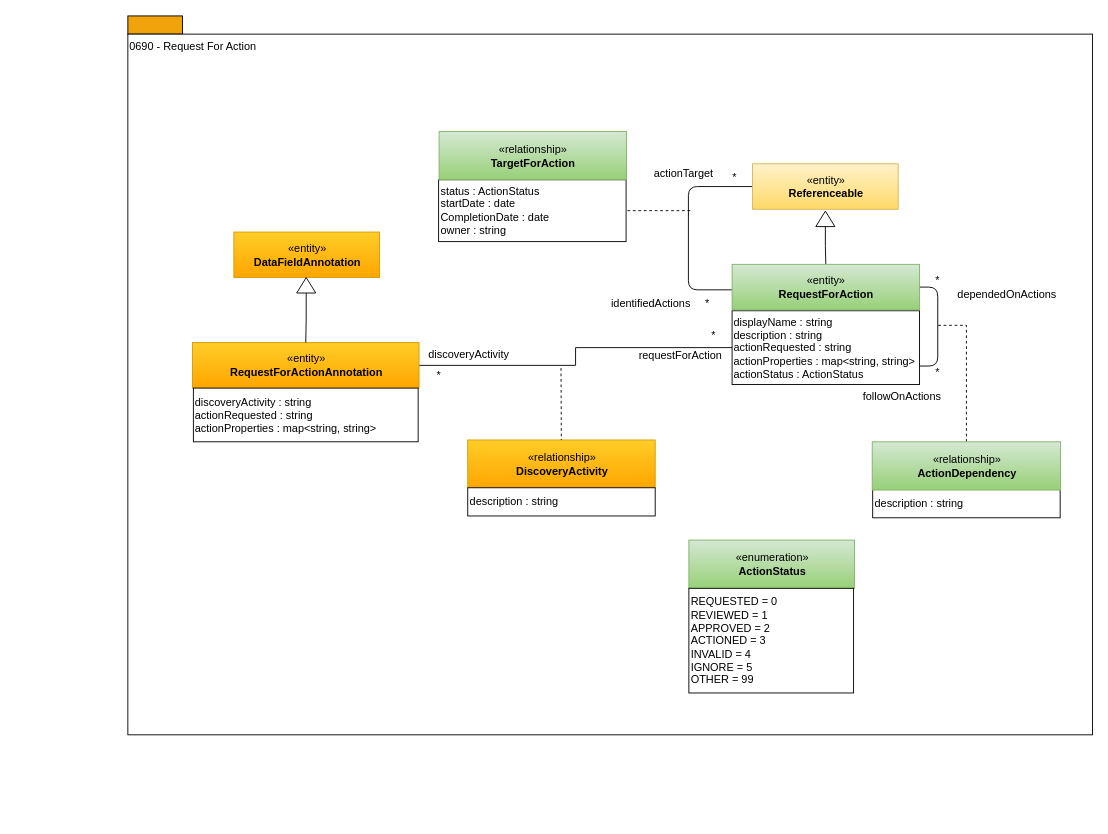
The draw.io diagram page "0690-Request-For-Action" (16 of 16) of open-metadata-publication/website/open-metadata-types/area-6-discovery.drawio in odpi/egeria, before the edit. Source tidied: cells renumbered, new cells numbered last; positions are measured from the earlier drawing's top-left corner, leaving out a move shared by most shapes. Both pictures are drawn from the tidied source at 91%, with x=0, y=0 at pixel (127, 15).
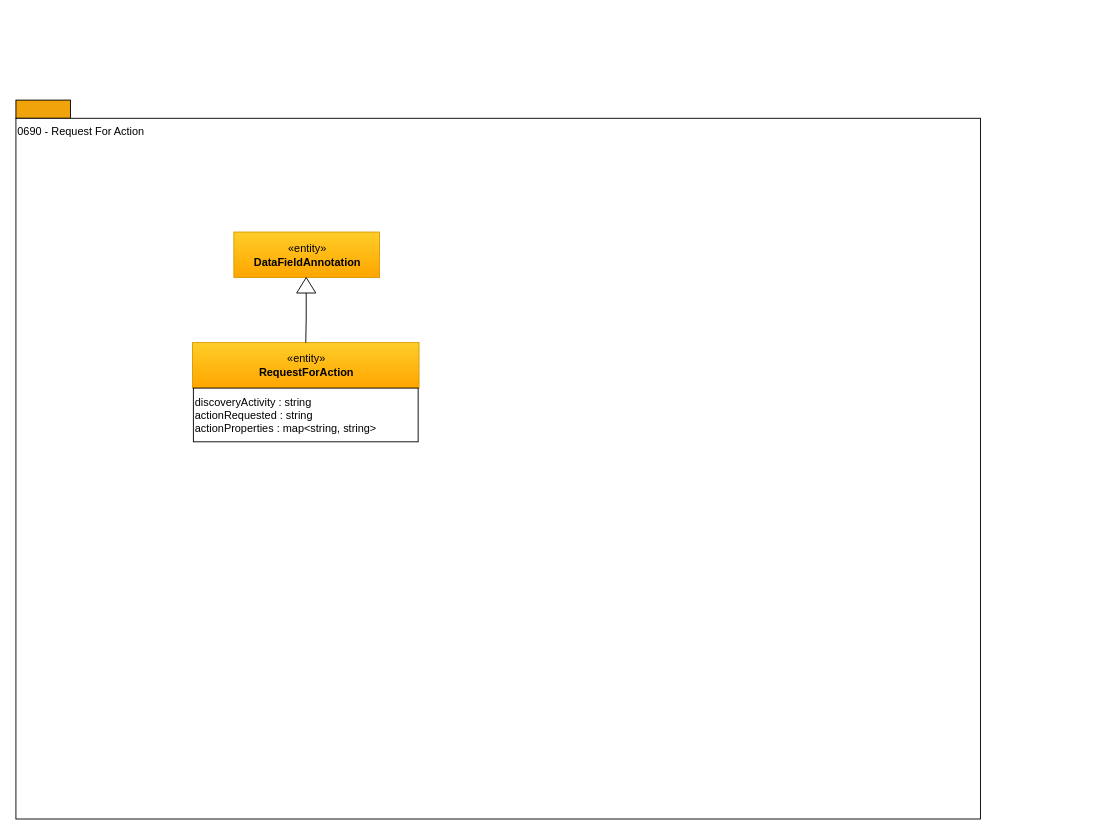
After the change.

The edit, as a diff of the source:
```diff
@@
     <mxCell id="2" style="rounded=0;whiteSpace=wrap;html=1;align=left;fillColor=#f0a30a;strokeColor=#000000;fontColor=#ffffff;" parent="1" vertex="1">
-      <mxGeometry width="60" height="20" as="geometry" />
+      <mxGeometry x="-123" y="92.5" width="60" height="20" as="geometry" />
     </mxCell>
     <mxCell id="3" value="0690 - Request For Action" style="rounded=0;whiteSpace=wrap;html=1;align=left;verticalAlign=top;" parent="1" vertex="1">
-      <mxGeometry y="20" width="1060" height="770" as="geometry" />
+      <mxGeometry x="-123" y="112.5" width="1060" height="770" as="geometry" />
     </mxCell>
-    <mxCell id="4" style="edgeStyle=orthogonalEdgeStyle;rounded=0;html=1;exitX=1;exitY=0.5;exitDx=0;exitDy=0;entryX=0;entryY=0.5;entryDx=0;entryDy=0;jettySize=auto;endArrow=none;endFill=0;" parent="1" edge="1" source="5" target="11">
-      <mxGeometry relative="1" as="geometry" />
-    </mxCell>
-    <mxCell id="5" value="«entity»&lt;br&gt;&lt;b&gt;RequestForActionAnnotation&lt;/b&gt;" style="html=1;strokeColor=#d79b00;align=center;fillColor=#ffcd28;gradientColor=#ffa500;" parent="1" vertex="1">
+    <mxCell id="5" value="«entity»&lt;br&gt;&lt;b&gt;RequestForAction&lt;/b&gt;" style="html=1;strokeColor=#d79b00;align=center;fillColor=#ffcd28;gradientColor=#ffa500;" parent="1" vertex="1">
       <mxGeometry x="71" y="359" width="249" height="50" as="geometry" />
     </mxCell>
@@
-    <mxCell id="10" style="edgeStyle=orthogonalEdgeStyle;rounded=1;html=1;exitX=1;exitY=0.5;exitDx=0;exitDy=0;entryX=1;entryY=0.75;entryDx=0;entryDy=0;endArrow=none;endFill=0;jettySize=auto;" parent="1" edge="1" source="34" target="11">
-      <mxGeometry relative="1" as="geometry" />
-    </mxCell>
-    <mxCell id="11" value="&lt;span&gt;displayName : string&lt;/span&gt;&lt;br&gt;&lt;span&gt;description : string&lt;br&gt;&lt;/span&gt;actionRequested : string&lt;br&gt;actionProperties : map&amp;lt;string, string&amp;gt;&lt;br&gt;&lt;span&gt;actionStatus : ActionStatus&lt;br&gt;&lt;/span&gt;" style="rounded=0;whiteSpace=wrap;html=1;strokeColor=#000000;gradientColor=#ffffff;align=left;" parent="1" vertex="1">
-      <mxGeometry x="664" y="324" width="206" height="81" as="geometry" />
-    </mxCell>
-    <mxCell id="12" style="edgeStyle=orthogonalEdgeStyle;rounded=0;html=1;exitX=0;exitY=0.5;endArrow=none;endFill=0;jettySize=auto;entryX=0.5;entryY=0;entryDx=0;entryDy=0;" parent="1" edge="1" source="13" target="34">
-      <mxGeometry relative="1" as="geometry" />
-    </mxCell>
-    <mxCell id="13" style="triangle;whiteSpace=wrap;html=1;strokeColor=#000000;gradientColor=#ffffff;align=center;rotation=-90;" parent="1" vertex="1">
-      <mxGeometry x="758" y="212.5" width="17" height="21" as="geometry" />
-    </mxCell>
-    <mxCell id="14" style="endArrow=none;dashed=1;html=1;entryX=1;entryY=0.5;entryDx=0;entryDy=0;" parent="1" edge="1" target="17">
-      <mxGeometry relative="1" as="geometry">
-        <mxPoint x="618" y="214" as="sourcePoint" />
-      </mxGeometry>
-    </mxCell>
-    <mxCell id="15" value="*" style="text;html=1;strokeColor=none;fillColor=none;align=center;verticalAlign=middle;whiteSpace=wrap;rounded=0;" parent="1" vertex="1">
-      <mxGeometry x="646.5" y="167.5" width="40" height="20" as="geometry" />
-    </mxCell>
-    <mxCell id="16" value="*" style="text;html=1;strokeColor=none;fillColor=none;align=center;verticalAlign=middle;whiteSpace=wrap;rounded=0;" parent="1" vertex="1">
-      <mxGeometry x="616.5" y="305.5" width="40" height="20" as="geometry" />
-    </mxCell>
-    <mxCell id="17" value="status : ActionStatus&lt;br&gt;startDate : date&lt;br&gt;CompletionDate : date&lt;br&gt;owner : string&lt;br&gt;" style="rounded=0;whiteSpace=wrap;html=1;strokeColor=#000000;gradientColor=#ffffff;align=left;" parent="1" vertex="1">
-      <mxGeometry x="341.5" y="180" width="206" height="68" as="geometry" />
-    </mxCell>
-    <mxCell id="18" value="identifiedActions" style="text;html=1;strokeColor=none;fillColor=none;align=center;verticalAlign=middle;whiteSpace=wrap;rounded=0;" parent="1" vertex="1">
-      <mxGeometry x="523" y="305.5" width="104" height="20" as="geometry" />
-    </mxCell>
-    <mxCell id="19" value="discoveryActivity" style="text;html=1;strokeColor=none;fillColor=none;align=center;verticalAlign=middle;whiteSpace=wrap;rounded=0;" parent="1" vertex="1">
-      <mxGeometry x="321.5" y="361.5" width="106" height="20" as="geometry" />
-    </mxCell>
-    <mxCell id="20" style="endArrow=none;html=1;exitX=0;exitY=0.5;exitDx=0;exitDy=0;edgeStyle=orthogonalEdgeStyle;" parent="1" edge="1" source="21" target="34">
-      <mxGeometry relative="1" as="geometry">
-        <Array as="points">
-          <mxPoint x="616" y="188" />
-          <mxPoint x="616" y="301" />
-        </Array>
-      </mxGeometry>
-    </mxCell>
-    <mxCell id="21" value="«entity»&lt;br&gt;&lt;b&gt;Referenceable&lt;/b&gt;" style="html=1;strokeColor=#d6b656;align=center;fillColor=#fff2cc;gradientColor=#ffd966;" parent="1" vertex="1">
-      <mxGeometry x="686.5" y="162.5" width="160" height="50" as="geometry" />
-    </mxCell>
-    <mxCell id="22" value="requestForAction" style="text;html=1;strokeColor=none;fillColor=none;align=center;verticalAlign=middle;whiteSpace=wrap;rounded=0;" parent="1" vertex="1">
-      <mxGeometry x="551" y="364" width="113" height="20" as="geometry" />
-    </mxCell>
-    <mxCell id="23" value="«relationship»&lt;br&gt;&lt;b&gt;DiscoveryActivity&lt;/b&gt;" style="html=1;strokeColor=#d79b00;align=center;fillColor=#ffcd28;gradientColor=#ffa500;" parent="1" vertex="1">
-      <mxGeometry x="373.5" y="466" width="206" height="53" as="geometry" />
-    </mxCell>
-    <mxCell id="24" style="endArrow=none;dashed=1;html=1;" parent="1" edge="1" target="23">
-      <mxGeometry relative="1" as="geometry">
-        <mxPoint x="476" y="387" as="sourcePoint" />
-      </mxGeometry>
-    </mxCell>
-    <mxCell id="25" value="description : string" style="rounded=0;whiteSpace=wrap;html=1;strokeColor=#000000;gradientColor=#ffffff;align=left;" parent="1" vertex="1">
-      <mxGeometry x="373.5" y="518.5" width="206" height="31" as="geometry" />
-    </mxCell>
-    <mxCell id="26" value="actionTarget" style="text;html=1;strokeColor=none;fillColor=none;align=center;verticalAlign=middle;whiteSpace=wrap;rounded=0;" parent="1" vertex="1">
-      <mxGeometry x="557.5" y="163.5" width="106" height="20" as="geometry" />
-    </mxCell>
-    <mxCell id="27" value="*" style="text;html=1;strokeColor=none;fillColor=none;align=center;verticalAlign=middle;whiteSpace=wrap;rounded=0;" parent="1" vertex="1">
-      <mxGeometry x="623.5" y="341.5" width="40" height="20" as="geometry" />
-    </mxCell>
-    <mxCell id="28" value="*" style="text;html=1;strokeColor=none;fillColor=none;align=center;verticalAlign=middle;whiteSpace=wrap;rounded=0;" parent="1" vertex="1">
-      <mxGeometry x="321.5" y="385" width="40" height="20" as="geometry" />
-    </mxCell>
-    <mxCell id="29" value="description : string" style="rounded=0;whiteSpace=wrap;html=1;strokeColor=#000000;gradientColor=#ffffff;align=left;" parent="1" vertex="1">
-      <mxGeometry x="818.5" y="520.5" width="206" height="31" as="geometry" />
-    </mxCell>
-    <mxCell id="30" value="*" style="text;html=1;strokeColor=none;fillColor=none;align=center;verticalAlign=middle;whiteSpace=wrap;rounded=0;" parent="1" vertex="1">
-      <mxGeometry x="870" y="280.5" width="40" height="20" as="geometry" />
-    </mxCell>
-    <mxCell id="31" value="*" style="text;html=1;strokeColor=none;fillColor=none;align=center;verticalAlign=middle;whiteSpace=wrap;rounded=0;" parent="1" vertex="1">
-      <mxGeometry x="870" y="381.5" width="40" height="20" as="geometry" />
-    </mxCell>
-    <mxCell id="32" value="dependedOnActions" style="text;html=1;align=left;verticalAlign=top;spacingTop=-4;" parent="1" vertex="1">
-      <mxGeometry x="910" y="296" width="119" height="14" as="geometry" />
-    </mxCell>
-    <mxCell id="33" value="followOnActions" style="text;html=1;align=left;verticalAlign=top;spacingTop=-4;" parent="1" vertex="1">
-      <mxGeometry x="806" y="409" width="96" height="14" as="geometry" />
-    </mxCell>
-    <mxCell id="34" value="«entity»&lt;br&gt;&lt;b&gt;RequestForAction&lt;/b&gt;" style="html=1;strokeColor=#82b366;align=center;fillColor=#d5e8d4;gradientColor=#97d077;" parent="1" vertex="1">
-      <mxGeometry x="664" y="273" width="206" height="50" as="geometry" />
-    </mxCell>
-    <mxCell id="35" style="edgeStyle=orthogonalEdgeStyle;rounded=0;html=1;exitX=0.5;exitY=0;exitDx=0;exitDy=0;dashed=1;endArrow=none;endFill=0;jettySize=auto;" parent="1" edge="1" source="36">
-      <mxGeometry relative="1" as="geometry">
-        <mxPoint x="890" y="340" as="targetPoint" />
-        <Array as="points">
-          <mxPoint x="922" y="340" />
-        </Array>
-      </mxGeometry>
-    </mxCell>
-    <mxCell id="36" value="«relationship»&lt;br&gt;&lt;b&gt;ActionDependency&lt;/b&gt;" style="html=1;strokeColor=#82b366;align=center;fillColor=#d5e8d4;gradientColor=#97d077;" parent="1" vertex="1">
-      <mxGeometry x="818" y="468" width="207" height="53" as="geometry" />
-    </mxCell>
-    <mxCell id="37" value="«relationship»&lt;br&gt;&lt;b&gt;TargetForAction&lt;/b&gt;" style="html=1;strokeColor=#82b366;align=center;fillColor=#d5e8d4;gradientColor=#97d077;" parent="1" vertex="1">
-      <mxGeometry x="342" y="127" width="206" height="53" as="geometry" />
-    </mxCell>
-    <mxCell id="38" value="«enumeration»&lt;br&gt;&lt;b&gt;ActionStatus&lt;/b&gt;" style="html=1;strokeColor=#82b366;align=center;fillColor=#d5e8d4;gradientColor=#97d077;" parent="1" vertex="1">
-      <mxGeometry x="616.5" y="576" width="182" height="53" as="geometry" />
-    </mxCell>
-    <mxCell id="39" value="REQUESTED = 0&lt;br&gt;REVIEWED = 1&lt;br&gt;APPROVED = 2&lt;br&gt;ACTIONED = 3&lt;br&gt;INVALID = 4&lt;br&gt;IGNORE = 5&lt;br&gt;OTHER = 99&lt;br&gt;" style="rounded=0;whiteSpace=wrap;html=1;strokeColor=#000000;gradientColor=#ffffff;align=left;" parent="1" vertex="1">
-      <mxGeometry x="616.5" y="629" width="181" height="115" as="geometry" />
-    </mxCell>
```
